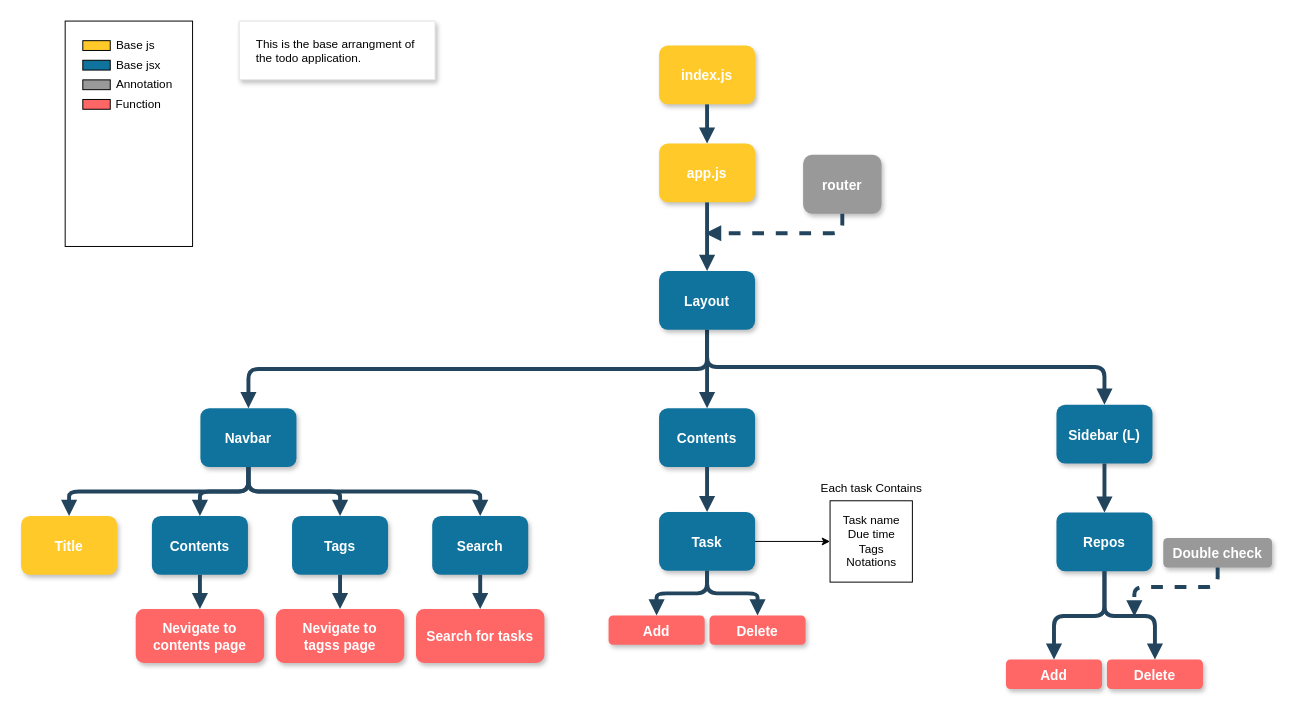
Above: app-components.drawio in Hmc-1209/Todo-taskAPP (draw.io), before the change. Source tidied: cells renumbered, new cells numbered last; positions are measured from the earlier drawing's top-left corner, leaving out a move shared by most shapes. Both pictures are drawn from the tidied source at 98%, with x=0, y=0 at pixel (21, 21).
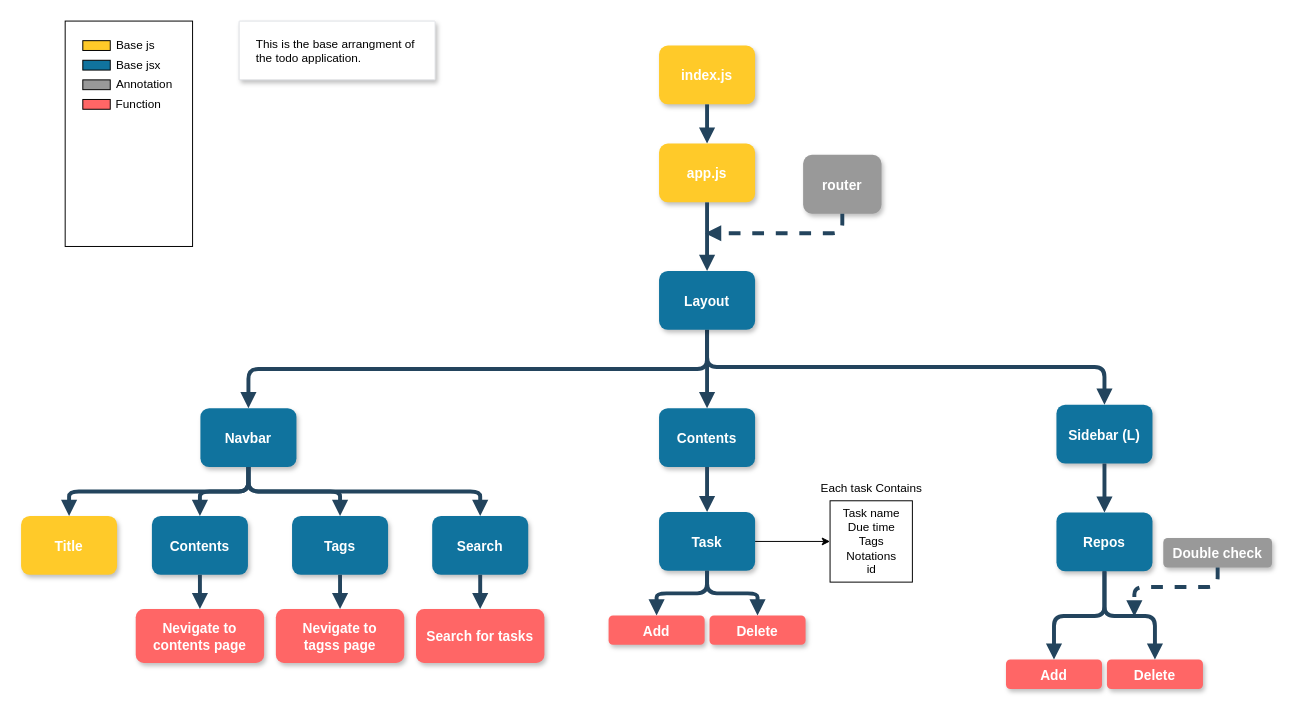
The same page after the edit.

Commit message (it also covers changes not shown here):
task edit fnc finish 50%

Diff of the diagram source:
```diff
@@
-    <mxCell id="48" value="Task name&lt;br&gt;Due time&lt;br&gt;Tags&lt;br&gt;Notations" style="rounded=0;whiteSpace=wrap;html=1;strokeColor=#000000;fillColor=#FFFFFF;" parent="1" vertex="1">
+    <mxCell id="48" value="Task name&lt;br&gt;Due time&lt;br&gt;Tags&lt;br&gt;Notations&lt;br&gt;id" style="rounded=0;whiteSpace=wrap;html=1;strokeColor=#000000;fillColor=#FFFFFF;" parent="1" vertex="1">
       <mxGeometry x="825.5" y="489.5" width="84" height="83" as="geometry" />
     </mxCell>
```
